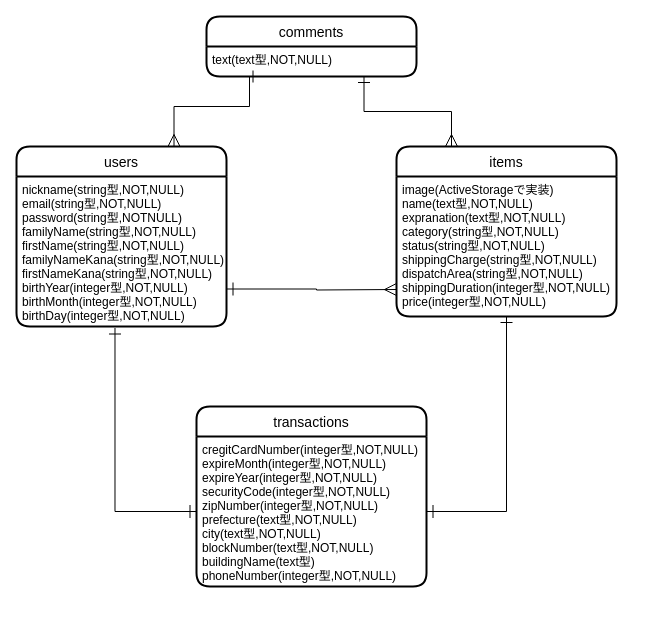
The draw.io diagram er.dio in Nock32/furima-31524, before the edit. Source tidied: cells renumbered, new cells numbered last; positions are measured from the earlier drawing's top-left corner, leaving out a move shared by most shapes. Both pictures are drawn from the tidied source at 100%, with x=0, y=0 at pixel (16, 16).
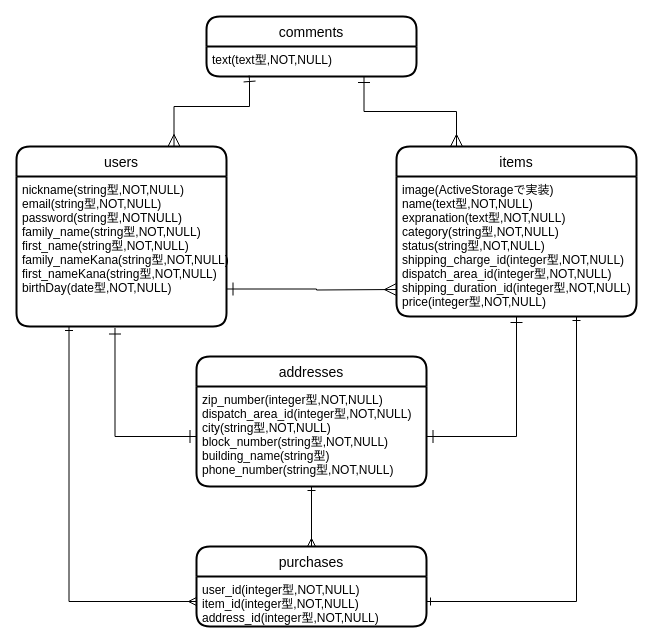
The same page after the edit.

The change refers to these unchanged cells:
```xml
<mxCell id="3" value="users" style="swimlane;horizontal=1;startSize=30;rounded=1;fontSize=14;fontStyle=0;strokeWidth=2;shadow=0;dashed=0;align=center;" parent="1" vertex="1">
  <mxGeometry y="130" width="210" height="180" as="geometry" />
</mxCell>
<mxCell id="13" value="text(text型,NOT,NULL)&#10;" style="align=left;strokeColor=none;fillColor=none;spacingLeft=4;fontSize=12;verticalAlign=top;" parent="12" vertex="1">
  <mxGeometry y="30" width="210" height="30" as="geometry" />
</mxCell>
```

Change to the diagram source:
```diff
@@
-    <mxCell id="2" style="edgeStyle=orthogonalEdgeStyle;rounded=0;jettySize=auto;html=1;exitX=0.75;exitY=0;exitDx=0;exitDy=0;entryX=0.25;entryY=1;entryDx=0;entryDy=0;startArrow=ERmany;startFill=0;endArrow=ERone;endFill=0;endSize=10;startSize=10;" parent="1" edge="1" source="3" target="13">
+    <mxCell id="2" style="edgeStyle=orthogonalEdgeStyle;rounded=0;jettySize=auto;html=1;exitX=0.75;exitY=0;exitDx=0;exitDy=0;startArrow=ERmany;startFill=0;endArrow=ERone;endFill=0;endSize=10;startSize=10;entryX=0.203;entryY=0.967;entryDx=0;entryDy=0;entryPerimeter=0;" parent="1" edge="1" source="3" target="13">
       <mxGeometry relative="1" as="geometry">
         <Array as="points">
           <mxPoint x="158" y="90" />
           <mxPoint x="233" y="90" />
+          <mxPoint x="233" y="64" />
+          <mxPoint x="233" y="64" />
         </Array>
       </mxGeometry>
     </mxCell>
@@
-    <mxCell id="4" value="nickname(string型,NOT,NULL)&#10;email(string型,NOT,NULL)&#10;password(string型,NOTNULL)&#10;familyName(string型,NOT,NULL)&#10;firstName(string型,NOT,NULL)&#10;familyNameKana(string型,NOT,NULL)&#10;firstNameKana(string型,NOT,NULL)&#10;birthYear(integer型,NOT,NULL)&#10;birthMonth(integer型,NOT,NULL)&#10;birthDay(integer型,NOT,NULL)&#10;" style="align=left;strokeColor=none;fillColor=none;spacingLeft=4;fontSize=12;verticalAlign=top;" parent="3" vertex="1">
+    <mxCell id="4" value="nickname(string型,NOT,NULL)&#10;email(string型,NOT,NULL)&#10;password(string型,NOTNULL)&#10;family_name(string型,NOT,NULL)&#10;first_name(string型,NOT,NULL)&#10;family_nameKana(string型,NOT,NULL)&#10;first_nameKana(string型,NOT,NULL)&#10;birthDay(date型,NOT,NULL)&#10;" style="align=left;strokeColor=none;fillColor=none;spacingLeft=4;fontSize=12;verticalAlign=top;" parent="3" vertex="1">
       <mxGeometry y="30" width="210" height="150" as="geometry" />
     </mxCell>
     <mxCell id="5" value="items" style="swimlane;horizontal=1;startSize=30;rounded=1;fontSize=14;fontStyle=0;strokeWidth=2;shadow=0;dashed=0;align=center;" parent="1" vertex="1">
-      <mxGeometry x="380" y="130" width="220" height="170" as="geometry" />
+      <mxGeometry x="380" y="130" width="240" height="170" as="geometry" />
     </mxCell>
-    <mxCell id="6" value="image(ActiveStorageで実装)&#10;name(text型,NOT,NULL)&#10;expranation(text型,NOT,NULL)&#10;category(string型,NOT,NULL)&#10;status(string型,NOT,NULL)&#10;shippingCharge(string型,NOT,NULL)&#10;dispatchArea(string型,NOT,NULL)&#10;shippingDuration(integer型,NOT,NULL)&#10;price(integer型,NOT,NULL)&#10;" style="align=left;strokeColor=none;fillColor=none;spacingLeft=4;fontSize=12;verticalAlign=top;" parent="5" vertex="1">
-      <mxGeometry y="30" width="220" height="140" as="geometry" />
+    <mxCell id="6" value="image(ActiveStorageで実装)&#10;name(text型,NOT,NULL)&#10;expranation(text型,NOT,NULL)&#10;category(string型,NOT,NULL)&#10;status(string型,NOT,NULL)&#10;shipping_charge_id(integer型,NOT,NULL)&#10;dispatch_area_id(integer型,NOT,NULL)&#10;shipping_duration_id(integer型,NOT,NULL)&#10;price(integer型,NOT,NULL)&#10;" style="align=left;strokeColor=none;fillColor=none;spacingLeft=4;fontSize=12;verticalAlign=top;" parent="5" vertex="1">
+      <mxGeometry y="30" width="240" height="140" as="geometry" />
     </mxCell>
-    <mxCell id="7" value="transactions" style="swimlane;horizontal=1;startSize=30;rounded=1;fontSize=14;fontStyle=0;strokeWidth=2;shadow=0;dashed=0;align=center;" parent="1" vertex="1">
-      <mxGeometry x="180" y="390" width="230" height="180" as="geometry" />
+    <mxCell id="7" value="addresses" style="swimlane;horizontal=1;startSize=30;rounded=1;fontSize=14;fontStyle=0;strokeWidth=2;shadow=0;dashed=0;align=center;" parent="1" vertex="1">
+      <mxGeometry x="180" y="340" width="230" height="130" as="geometry" />
     </mxCell>
-    <mxCell id="8" value="cregitCardNumber(integer型,NOT,NULL)&#10;expireMonth(integer型,NOT,NULL)&#10;expireYear(integer型,NOT,NULL)&#10;securityCode(integer型,NOT,NULL)&#10;zipNumber(integer型,NOT,NULL)&#10;prefecture(text型,NOT,NULL)&#10;city(text型,NOT,NULL)&#10;blockNumber(text型,NOT,NULL)&#10;buildingName(text型)&#10;phoneNumber(integer型,NOT,NULL)" style="align=left;strokeColor=none;fillColor=none;spacingLeft=4;fontSize=12;verticalAlign=top;" parent="7" vertex="1">
-      <mxGeometry y="30" width="230" height="150" as="geometry" />
+    <mxCell id="8" value="zip_number(integer型,NOT,NULL)&#10;dispatch_area_id(integer型,NOT,NULL)&#10;city(string型,NOT,NULL)&#10;block_number(string型,NOT,NULL)&#10;building_name(string型)&#10;phone_number(string型,NOT,NULL)" style="align=left;strokeColor=none;fillColor=none;spacingLeft=4;fontSize=12;verticalAlign=top;" parent="7" vertex="1">
+      <mxGeometry y="30" width="230" height="100" as="geometry" />
     </mxCell>
@@
+    <mxCell id="15" style="edgeStyle=orthogonalEdgeStyle;rounded=0;jettySize=auto;html=1;exitX=0.5;exitY=0;exitDx=0;exitDy=0;entryX=0.5;entryY=1;entryDx=0;entryDy=0;startArrow=ERmany;startFill=0;endArrow=ERone;endFill=0;" parent="1" edge="1" source="16" target="8">
+      <mxGeometry relative="1" as="geometry" />
+    </mxCell>
+    <mxCell id="16" value="purchases" style="swimlane;horizontal=1;startSize=30;rounded=1;fontSize=14;fontStyle=0;strokeWidth=2;shadow=0;dashed=0;align=center;" parent="1" vertex="1">
+      <mxGeometry x="180" y="530" width="230" height="80" as="geometry" />
+    </mxCell>
+    <mxCell id="17" value="user_id(integer型,NOT,NULL)&#10;item_id(integer型,NOT,NULL)&#10;address_id(integer型,NOT,NULL)" style="align=left;strokeColor=none;fillColor=none;spacingLeft=4;fontSize=12;verticalAlign=top;" parent="16" vertex="1">
+      <mxGeometry y="30" width="230" height="50" as="geometry" />
+    </mxCell>
+    <mxCell id="18" style="edgeStyle=orthogonalEdgeStyle;rounded=0;jettySize=auto;html=1;exitX=0.25;exitY=1;exitDx=0;exitDy=0;entryX=0;entryY=0.5;entryDx=0;entryDy=0;startArrow=ERone;startFill=0;endArrow=ERmany;endFill=0;" parent="1" edge="1" source="4" target="17">
+      <mxGeometry relative="1" as="geometry" />
+    </mxCell>
+    <mxCell id="19" style="edgeStyle=orthogonalEdgeStyle;rounded=0;jettySize=auto;html=1;exitX=1;exitY=0.5;exitDx=0;exitDy=0;entryX=0.75;entryY=1;entryDx=0;entryDy=0;startArrow=ERone;startFill=0;endArrow=ERone;endFill=0;" parent="1" edge="1" source="17" target="6">
+      <mxGeometry relative="1" as="geometry" />
+    </mxCell>
```
